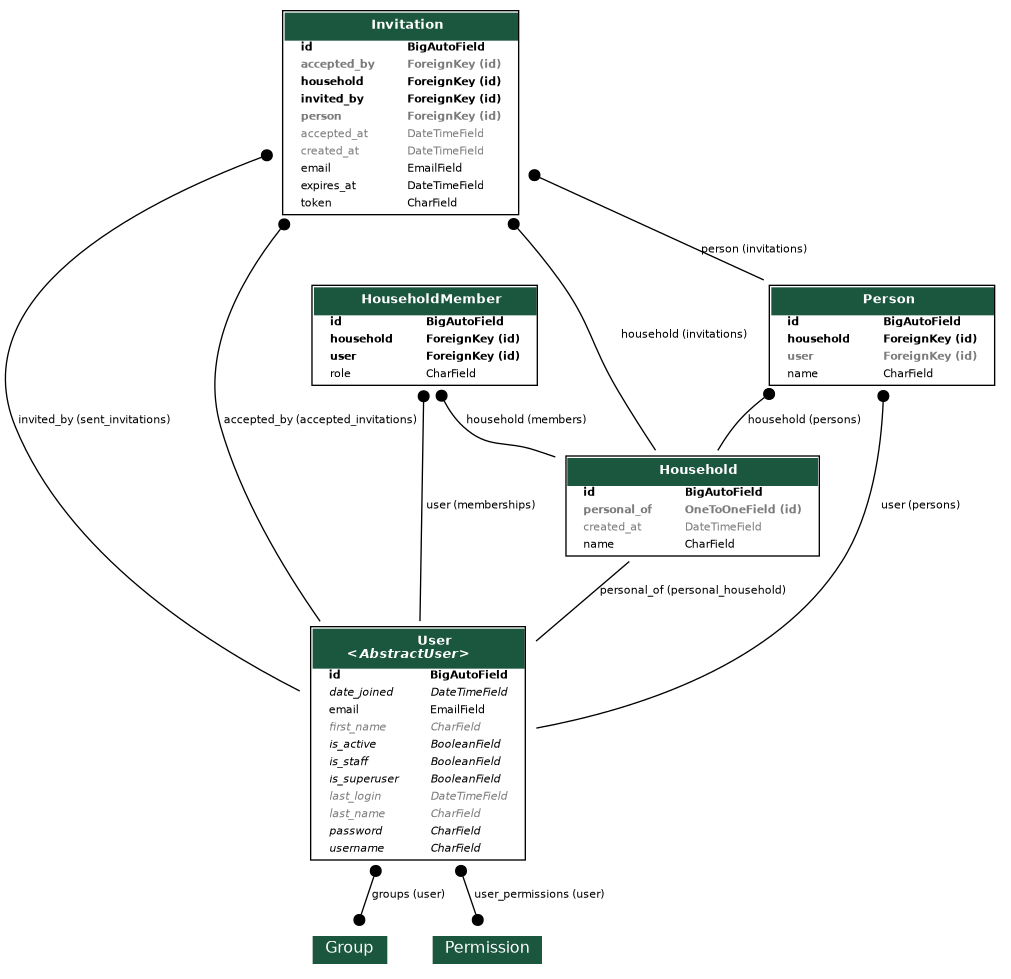
Earlier version of the Graphviz export docs/model/schema.png (AxineTeam/tout-pris-api). Its source is kept beside it as docs/model/schema.dot.
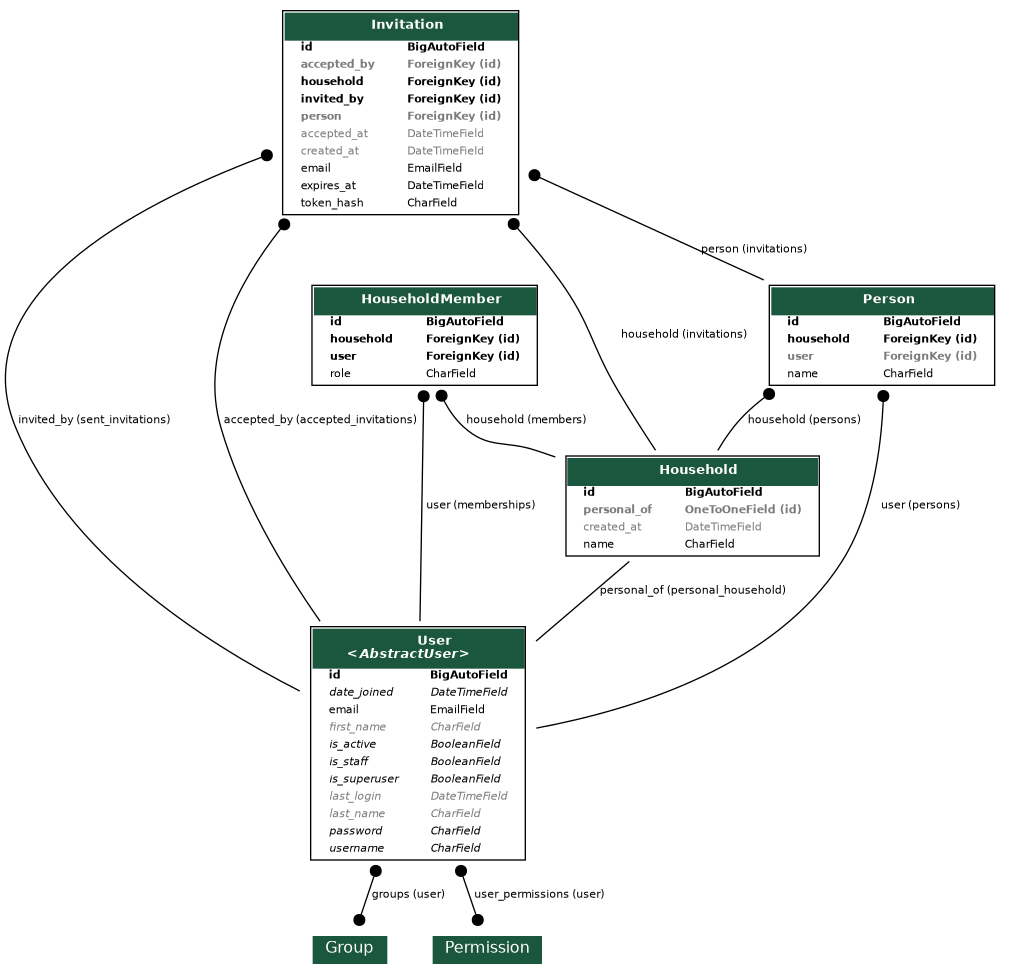
Later version of the same file.

Commit message:
Store only the digest of an invitation token

Change to the diagram source:
```diff
@@ -327,7 +327,7 @@
 
 
     <TR><TD ALIGN="LEFT" BORDER="0">
-    <FONT FACE="Roboto">token</FONT>
+    <FONT FACE="Roboto">token_hash</FONT>
     </TD><TD ALIGN="LEFT">
     <FONT FACE="Roboto">CharField</FONT>
     </TD></TR>
```
